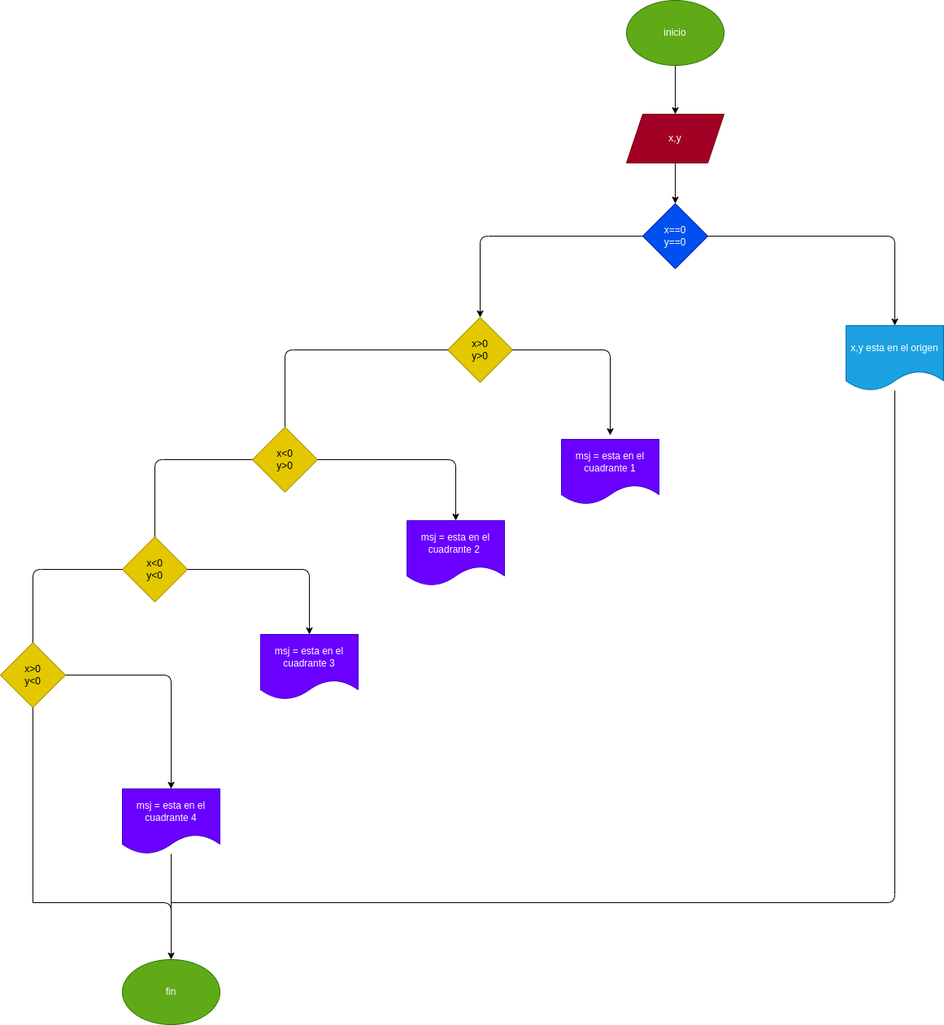
Before: ejercicio_1/diagrama.png, a diagram exported from draw.io (Chalarcanicolas/taller_condicionales). Source tidied: cells renumbered, new cells last; positions are measured from the earlier drawing's top-left corner, leaving out a move shared by most shapes.
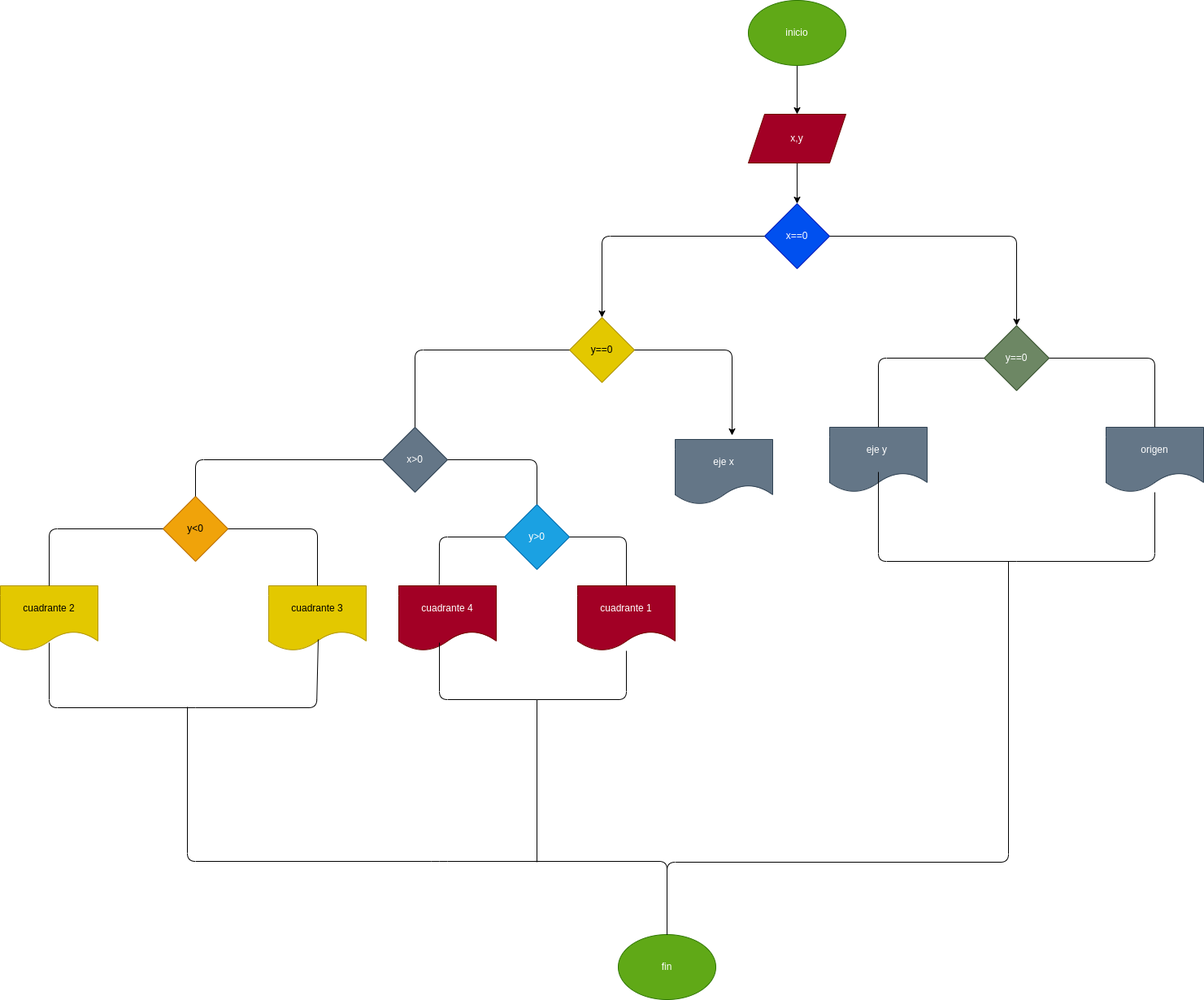
After the commit.

Diff of the diagram source:
```diff
@@ -14,7 +14,7 @@
     <mxCell id="5" value="x,y" style="shape=parallelogram;perimeter=parallelogramPerimeter;whiteSpace=wrap;html=1;fixedSize=1;fillColor=#a20025;fontColor=#ffffff;strokeColor=#6F0000;" parent="1" vertex="1">
       <mxGeometry x="770" y="140" width="120" height="60" as="geometry" />
     </mxCell>
-    <mxCell id="6" value="x==0&lt;br&gt;y==0" style="rhombus;whiteSpace=wrap;html=1;fillColor=#0050ef;fontColor=#ffffff;strokeColor=#001DBC;" parent="1" vertex="1">
+    <mxCell id="6" value="x==0" style="rhombus;whiteSpace=wrap;html=1;fillColor=#0050ef;fontColor=#ffffff;strokeColor=#001DBC;" parent="1" vertex="1">
       <mxGeometry x="790" y="250" width="80" height="80" as="geometry" />
     </mxCell>
     <mxCell id="7" style="endArrow=classic;html=1;entryX=0.5;entryY=0;entryDx=0;entryDy=0;exitX=0;exitY=0.5;exitDx=0;exitDy=0;" parent="1" edge="1" source="6">
@@ -33,45 +33,9 @@
         </Array>
       </mxGeometry>
     </mxCell>
-    <mxCell id="9" value="x&amp;gt;0&lt;br&gt;y&amp;gt;0" style="rhombus;whiteSpace=wrap;html=1;fillColor=#e3c800;fontColor=#000000;strokeColor=#B09500;" parent="1" vertex="1">
+    <mxCell id="9" value="y==0" style="rhombus;whiteSpace=wrap;html=1;fillColor=#e3c800;fontColor=#000000;strokeColor=#B09500;" parent="1" vertex="1">
       <mxGeometry x="550" y="390" width="80" height="80" as="geometry" />
     </mxCell>
-    <mxCell id="10" style="endArrow=none;html=1;exitX=0.5;exitY=0;exitDx=0;exitDy=0;entryX=0;entryY=0.5;entryDx=0;entryDy=0;" parent="1" edge="1" target="9">
-      <mxGeometry relative="1" as="geometry">
-        <mxPoint x="350" y="580" as="sourcePoint" />
-        <Array as="points">
-          <mxPoint x="350" y="430" />
-        </Array>
-      </mxGeometry>
-    </mxCell>
-    <mxCell id="11" value="x&amp;lt;0&lt;br&gt;y&amp;gt;0" style="rhombus;whiteSpace=wrap;html=1;fillColor=#e3c800;fontColor=#000000;strokeColor=#B09500;" parent="1" vertex="1">
-      <mxGeometry x="310" y="525" width="80" height="80" as="geometry" />
-    </mxCell>
-    <mxCell id="12" value="x,y esta en el origen" style="shape=document;whiteSpace=wrap;html=1;boundedLbl=1;fillColor=#1ba1e2;fontColor=#ffffff;strokeColor=#006EAF;" parent="1" vertex="1">
-      <mxGeometry x="1040" y="400" width="120" height="80" as="geometry" />
-    </mxCell>
-    <mxCell id="13" value="x&amp;lt;0&lt;br&gt;y&amp;lt;0" style="rhombus;whiteSpace=wrap;html=1;fillColor=#e3c800;fontColor=#000000;strokeColor=#B09500;" parent="1" vertex="1">
-      <mxGeometry x="150" y="660" width="80" height="80" as="geometry" />
-    </mxCell>
-    <mxCell id="14" value="x&amp;gt;0&lt;br&gt;y&amp;lt;0" style="rhombus;whiteSpace=wrap;html=1;fillColor=#e3c800;fontColor=#000000;strokeColor=#B09500;" parent="1" vertex="1">
-      <mxGeometry y="790" width="80" height="80" as="geometry" />
-    </mxCell>
-    <mxCell id="15" style="endArrow=classic;html=1;exitX=1;exitY=0.5;exitDx=0;exitDy=0;entryX=0.5;entryY=0;entryDx=0;entryDy=0;" parent="1" edge="1" source="13">
-      <mxGeometry relative="1" as="geometry">
-        <mxPoint x="380" y="780" as="targetPoint" />
-        <Array as="points">
-          <mxPoint x="380" y="700" />
-        </Array>
-      </mxGeometry>
-    </mxCell>
-    <mxCell id="16" style="endArrow=classic;html=1;exitX=1;exitY=0.5;exitDx=0;exitDy=0;entryX=0.5;entryY=0;entryDx=0;entryDy=0;" parent="1" edge="1" source="11">
-      <mxGeometry relative="1" as="geometry">
-        <mxPoint x="560" y="640" as="targetPoint" />
-        <Array as="points">
-          <mxPoint x="560" y="565" />
-        </Array>
-      </mxGeometry>
-    </mxCell>
     <mxCell id="17" style="endArrow=classic;html=1;exitX=1;exitY=0.5;exitDx=0;exitDy=0;entryX=0.5;entryY=0;entryDx=0;entryDy=0;" parent="1" edge="1" source="9">
       <mxGeometry relative="1" as="geometry">
         <mxPoint x="750" y="535" as="targetPoint" />
@@ -80,67 +44,181 @@
         </Array>
       </mxGeometry>
     </mxCell>
-    <mxCell id="18" style="endArrow=none;html=1;entryX=0;entryY=0.5;entryDx=0;entryDy=0;exitX=0.5;exitY=0;exitDx=0;exitDy=0;" parent="1" edge="1" source="14" target="13">
-      <mxGeometry relative="1" as="geometry">
-        <Array as="points">
-          <mxPoint x="40" y="700" />
-        </Array>
-      </mxGeometry>
-    </mxCell>
-    <mxCell id="19" style="endArrow=none;html=1;entryX=0;entryY=0.5;entryDx=0;entryDy=0;exitX=0.5;exitY=0;exitDx=0;exitDy=0;" parent="1" edge="1" source="13" target="11">
-      <mxGeometry relative="1" as="geometry">
-        <Array as="points">
-          <mxPoint x="190" y="565" />
-        </Array>
-      </mxGeometry>
-    </mxCell>
-    <mxCell id="20" value="msj = esta en el cuadrante 3" style="shape=document;whiteSpace=wrap;html=1;boundedLbl=1;fillColor=#6a00ff;fontColor=#ffffff;strokeColor=#3700CC;" parent="1" vertex="1">
-      <mxGeometry x="320" y="780" width="120" height="80" as="geometry" />
-    </mxCell>
-    <mxCell id="21" value="msj = esta en el cuadrante 1" style="shape=document;whiteSpace=wrap;html=1;boundedLbl=1;fillColor=#6a00ff;fontColor=#ffffff;strokeColor=#3700CC;" parent="1" vertex="1">
-      <mxGeometry x="690" y="540" width="120" height="80" as="geometry" />
-    </mxCell>
-    <mxCell id="22" value="msj = esta en el cuadrante 2&amp;nbsp;" style="shape=document;whiteSpace=wrap;html=1;boundedLbl=1;fillColor=#6a00ff;fontColor=#ffffff;strokeColor=#3700CC;" parent="1" vertex="1">
-      <mxGeometry x="500" y="640" width="120" height="80" as="geometry" />
-    </mxCell>
-    <mxCell id="23" value="msj = esta en el cuadrante 4" style="shape=document;whiteSpace=wrap;html=1;boundedLbl=1;fillColor=#6a00ff;fontColor=#ffffff;strokeColor=#3700CC;" parent="1" vertex="1">
-      <mxGeometry x="150" y="970" width="120" height="80" as="geometry" />
-    </mxCell>
-    <mxCell id="24" style="endArrow=classic;html=1;entryX=0.5;entryY=0;entryDx=0;entryDy=0;exitX=1;exitY=0.5;exitDx=0;exitDy=0;" parent="1" edge="1" source="14" target="23">
-      <mxGeometry relative="1" as="geometry">
-        <Array as="points">
-          <mxPoint x="210" y="830" />
-        </Array>
-      </mxGeometry>
-    </mxCell>
-    <mxCell id="25" style="endArrow=none;html=1;entryX=0.5;entryY=1;entryDx=0;entryDy=0;" parent="1" edge="1" target="14">
-      <mxGeometry relative="1" as="geometry">
-        <mxPoint x="40" y="1110" as="sourcePoint" />
-      </mxGeometry>
-    </mxCell>
     <mxCell id="26" value="fin" style="ellipse;whiteSpace=wrap;html=1;fillColor=#60a917;fontColor=#ffffff;strokeColor=#2D7600;" parent="1" vertex="1">
-      <mxGeometry x="150" y="1180" width="120" height="80" as="geometry" />
+      <mxGeometry x="610" y="1149" width="120" height="80" as="geometry" />
     </mxCell>
-    <mxCell id="27" style="endArrow=classic;html=1;entryX=0.5;entryY=0;entryDx=0;entryDy=0;" parent="1" edge="1" target="26">
-      <mxGeometry relative="1" as="geometry">
-        <mxPoint x="40" y="1110" as="sourcePoint" />
-        <Array as="points">
-          <mxPoint x="210" y="1110" />
-        </Array>
-      </mxGeometry>
-    </mxCell>
-    <mxCell id="28" style="endArrow=none;html=1;" parent="1" edge="1" target="23">
-      <mxGeometry relative="1" as="geometry">
-        <mxPoint x="210" y="1140" as="sourcePoint" />
-      </mxGeometry>
-    </mxCell>
-    <mxCell id="29" style="endArrow=none;html=1;" parent="1" edge="1" target="12">
-      <mxGeometry relative="1" as="geometry">
-        <mxPoint x="210" y="1110" as="sourcePoint" />
-        <Array as="points">
-          <mxPoint x="1100" y="1110" />
-        </Array>
-      </mxGeometry>
-    </mxCell>
+    <mxCell id="30" value="y==0" style="rhombus;whiteSpace=wrap;html=1;fillColor=#6d8764;fontColor=#ffffff;strokeColor=#3A5431;" parent="1" vertex="1">
+      <mxGeometry x="1060" y="400" width="80" height="80" as="geometry" />
+    </mxCell>
+    <mxCell id="31" value="eje y&amp;nbsp;" style="shape=document;whiteSpace=wrap;html=1;boundedLbl=1;fillColor=#647687;fontColor=#ffffff;strokeColor=#314354;" parent="1" vertex="1">
+      <mxGeometry x="870" y="525" width="120" height="80" as="geometry" />
+    </mxCell>
+    <mxCell id="32" value="origen" style="shape=document;whiteSpace=wrap;html=1;boundedLbl=1;fillColor=#647687;fontColor=#ffffff;strokeColor=#314354;" parent="1" vertex="1">
+      <mxGeometry x="1210" y="525" width="120" height="80" as="geometry" />
+    </mxCell>
+    <mxCell id="33" style="endArrow=none;html=1;exitX=0.5;exitY=0;exitDx=0;exitDy=0;" parent="1" edge="1" source="31" target="30">
+      <mxGeometry relative="1" as="geometry">
+        <Array as="points">
+          <mxPoint x="930" y="440" />
+        </Array>
+      </mxGeometry>
+    </mxCell>
+    <mxCell id="34" style="endArrow=none;html=1;entryX=1;entryY=0.5;entryDx=0;entryDy=0;exitX=0.5;exitY=0;exitDx=0;exitDy=0;" parent="1" edge="1" source="32" target="30">
+      <mxGeometry relative="1" as="geometry">
+        <Array as="points">
+          <mxPoint x="1270" y="440" />
+        </Array>
+      </mxGeometry>
+    </mxCell>
+    <mxCell id="35" style="endArrow=none;html=1;" parent="1" edge="1" target="32">
+      <mxGeometry relative="1" as="geometry">
+        <mxPoint x="1100" y="690" as="sourcePoint" />
+        <Array as="points">
+          <mxPoint x="1270" y="690" />
+        </Array>
+      </mxGeometry>
+    </mxCell>
+    <mxCell id="36" style="endArrow=none;html=1;entryX=0.5;entryY=0.688;entryDx=0;entryDy=0;entryPerimeter=0;" parent="1" edge="1" target="31">
+      <mxGeometry relative="1" as="geometry">
+        <mxPoint x="1100" y="690" as="sourcePoint" />
+        <Array as="points">
+          <mxPoint x="930" y="690" />
+        </Array>
+      </mxGeometry>
+    </mxCell>
+    <mxCell id="37" value="eje x" style="shape=document;whiteSpace=wrap;html=1;boundedLbl=1;fillColor=#647687;fontColor=#ffffff;strokeColor=#314354;" parent="1" vertex="1">
+      <mxGeometry x="680" y="540" width="120" height="80" as="geometry" />
+    </mxCell>
+    <mxCell id="38" style="endArrow=none;html=1;exitX=0.5;exitY=0;exitDx=0;exitDy=0;" parent="1" edge="1" source="26">
+      <mxGeometry relative="1" as="geometry">
+        <mxPoint x="1090" y="690" as="targetPoint" />
+        <Array as="points">
+          <mxPoint x="670" y="1060" />
+          <mxPoint x="1090" y="1060" />
+        </Array>
+      </mxGeometry>
+    </mxCell>
+    <mxCell id="39" value="x&amp;gt;0" style="rhombus;whiteSpace=wrap;html=1;fillColor=#647687;fontColor=#ffffff;strokeColor=#314354;" parent="1" vertex="1">
+      <mxGeometry x="320" y="525" width="80" height="80" as="geometry" />
+    </mxCell>
+    <mxCell id="40" value="y&amp;gt;0" style="rhombus;whiteSpace=wrap;html=1;fillColor=#1ba1e2;strokeColor=#006EAF;fontColor=#ffffff;" parent="1" vertex="1">
+      <mxGeometry x="470" y="620" width="80" height="80" as="geometry" />
+    </mxCell>
+    <mxCell id="41" value="y&amp;lt;0" style="rhombus;whiteSpace=wrap;html=1;fillColor=#f0a30a;fontColor=#000000;strokeColor=#BD7000;" parent="1" vertex="1">
+      <mxGeometry x="50" y="610" width="80" height="80" as="geometry" />
+    </mxCell>
+    <mxCell id="42" value="cuadrante 3" style="shape=document;whiteSpace=wrap;html=1;boundedLbl=1;fillColor=#e3c800;fontColor=#000000;strokeColor=#B09500;" parent="1" vertex="1">
+      <mxGeometry x="180" y="720" width="120" height="80" as="geometry" />
+    </mxCell>
+    <mxCell id="43" value="cuadrante 2" style="shape=document;whiteSpace=wrap;html=1;boundedLbl=1;fillColor=#e3c800;fontColor=#000000;strokeColor=#B09500;" parent="1" vertex="1">
+      <mxGeometry x="-150" y="720" width="120" height="80" as="geometry" />
+    </mxCell>
+    <mxCell id="44" value="cuadrante 1" style="shape=document;whiteSpace=wrap;html=1;boundedLbl=1;fillColor=#a20025;fontColor=#ffffff;strokeColor=#6F0000;" parent="1" vertex="1">
+      <mxGeometry x="560" y="720" width="120" height="80" as="geometry" />
+    </mxCell>
+    <mxCell id="45" value="cuadrante 4" style="shape=document;whiteSpace=wrap;html=1;boundedLbl=1;fillColor=#a20025;fontColor=#ffffff;strokeColor=#6F0000;" parent="1" vertex="1">
+      <mxGeometry x="340" y="720" width="120" height="80" as="geometry" />
+    </mxCell>
+    <mxCell id="46" style="endArrow=none;html=1;entryX=1;entryY=0.5;entryDx=0;entryDy=0;" parent="1" edge="1" target="41">
+      <mxGeometry relative="1" as="geometry">
+        <mxPoint x="240" y="720" as="sourcePoint" />
+        <Array as="points">
+          <mxPoint x="240" y="650" />
+        </Array>
+      </mxGeometry>
+    </mxCell>
+    <mxCell id="47" style="endArrow=none;html=1;entryX=0;entryY=0.5;entryDx=0;entryDy=0;exitX=0.5;exitY=0;exitDx=0;exitDy=0;" parent="1" edge="1" source="43" target="41">
+      <mxGeometry relative="1" as="geometry">
+        <Array as="points">
+          <mxPoint x="-90" y="650" />
+        </Array>
+      </mxGeometry>
+    </mxCell>
+    <mxCell id="48" style="endArrow=none;html=1;entryX=0;entryY=0.5;entryDx=0;entryDy=0;exitX=0.415;exitY=-0.016;exitDx=0;exitDy=0;exitPerimeter=0;" parent="1" edge="1" source="45" target="40">
+      <mxGeometry relative="1" as="geometry">
+        <Array as="points">
+          <mxPoint x="390" y="660" />
+        </Array>
+      </mxGeometry>
+    </mxCell>
+    <mxCell id="49" style="endArrow=none;html=1;entryX=1;entryY=0.5;entryDx=0;entryDy=0;exitX=0.5;exitY=0;exitDx=0;exitDy=0;" parent="1" edge="1" source="44" target="40">
+      <mxGeometry relative="1" as="geometry">
+        <Array as="points">
+          <mxPoint x="620" y="660" />
+        </Array>
+      </mxGeometry>
+    </mxCell>
+    <mxCell id="50" style="endArrow=none;html=1;entryX=0;entryY=0.5;entryDx=0;entryDy=0;exitX=0.5;exitY=0;exitDx=0;exitDy=0;" parent="1" edge="1" source="39" target="9">
+      <mxGeometry relative="1" as="geometry">
+        <Array as="points">
+          <mxPoint x="360" y="430" />
+        </Array>
+      </mxGeometry>
+    </mxCell>
+    <mxCell id="51" style="endArrow=none;html=1;entryX=1;entryY=0.5;entryDx=0;entryDy=0;exitX=0.5;exitY=0;exitDx=0;exitDy=0;" parent="1" edge="1" source="40" target="39">
+      <mxGeometry relative="1" as="geometry">
+        <Array as="points">
+          <mxPoint x="510" y="565" />
+        </Array>
+      </mxGeometry>
+    </mxCell>
+    <mxCell id="52" style="endArrow=none;html=1;entryX=0;entryY=0.5;entryDx=0;entryDy=0;exitX=0.5;exitY=0;exitDx=0;exitDy=0;" parent="1" edge="1" source="41" target="39">
+      <mxGeometry relative="1" as="geometry">
+        <Array as="points">
+          <mxPoint x="90" y="565" />
+        </Array>
+      </mxGeometry>
+    </mxCell>
+    <mxCell id="53" style="endArrow=none;html=1;" parent="1" edge="1">
+      <mxGeometry relative="1" as="geometry">
+        <mxPoint x="90" y="870" as="sourcePoint" />
+        <mxPoint x="-90" y="790" as="targetPoint" />
+        <Array as="points">
+          <mxPoint x="-90" y="870" />
+        </Array>
+      </mxGeometry>
+    </mxCell>
+    <mxCell id="54" style="endArrow=none;html=1;entryX=0.508;entryY=0.825;entryDx=0;entryDy=0;entryPerimeter=0;" parent="1" edge="1" target="42">
+      <mxGeometry relative="1" as="geometry">
+        <mxPoint x="90" y="870" as="sourcePoint" />
+        <Array as="points">
+          <mxPoint x="239" y="870" />
+        </Array>
+      </mxGeometry>
+    </mxCell>
+    <mxCell id="55" style="endArrow=none;html=1;" parent="1" edge="1">
+      <mxGeometry relative="1" as="geometry">
+        <mxPoint x="510" y="860" as="sourcePoint" />
+        <mxPoint x="390" y="790" as="targetPoint" />
+        <Array as="points">
+          <mxPoint x="390" y="860" />
+        </Array>
+      </mxGeometry>
+    </mxCell>
+    <mxCell id="56" style="endArrow=none;html=1;" parent="1" edge="1" target="44">
+      <mxGeometry relative="1" as="geometry">
+        <mxPoint x="510" y="860" as="sourcePoint" />
+        <Array as="points">
+          <mxPoint x="620" y="860" />
+        </Array>
+      </mxGeometry>
+    </mxCell>
+    <mxCell id="57" style="endArrow=none;html=1;" parent="1" edge="1">
+      <mxGeometry relative="1" as="geometry">
+        <mxPoint x="80" y="869" as="sourcePoint" />
+        <mxPoint x="670" y="1149" as="targetPoint" />
+        <Array as="points">
+          <mxPoint x="80" y="1059" />
+          <mxPoint x="390" y="1059" />
+          <mxPoint x="670" y="1059" />
+        </Array>
+      </mxGeometry>
+    </mxCell>
+    <mxCell id="58" style="endArrow=none;html=1;" parent="1" edge="1">
+      <mxGeometry relative="1" as="geometry">
+        <mxPoint x="510" y="1060" as="sourcePoint" />
+        <mxPoint x="510" y="860" as="targetPoint" />
+      </mxGeometry>
+    </mxCell>
   </root>
 </mxGraphModel>
```
